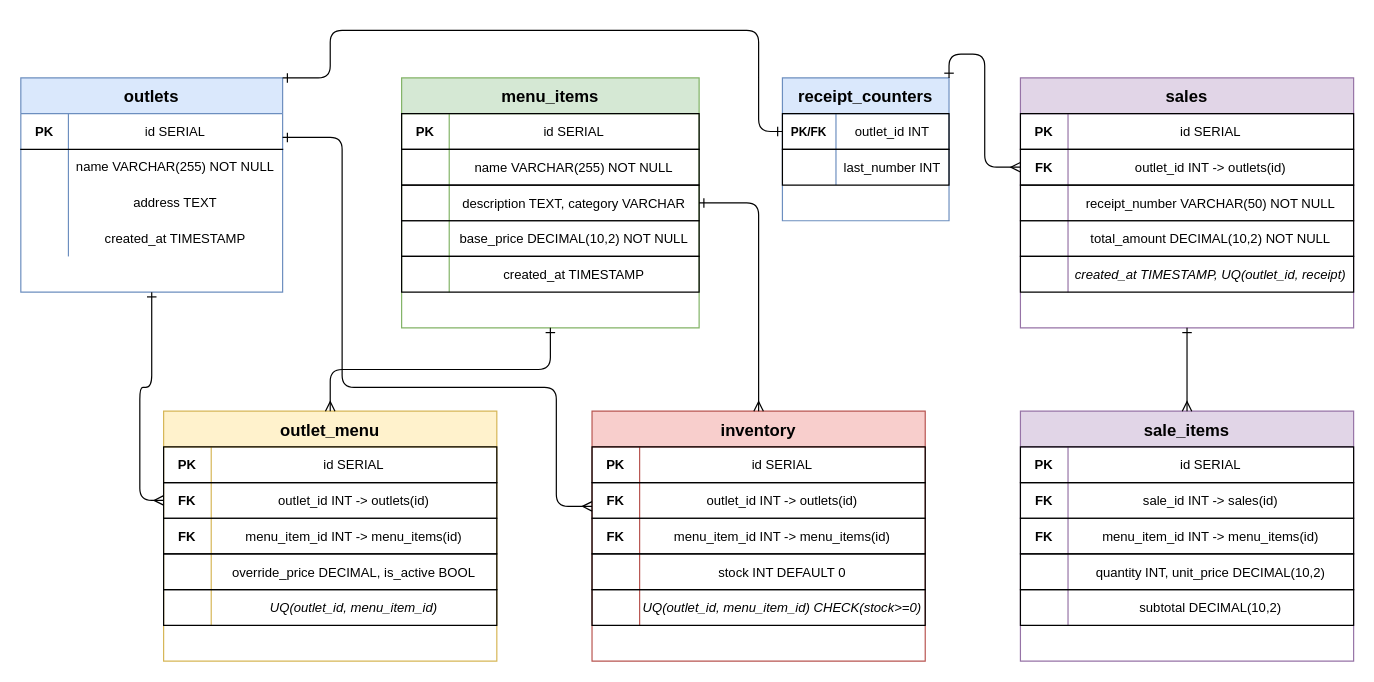
Before: docs/erd.drawio in sohelreza/pos-system, a draw.io diagram. Source tidied: cells renumbered, new cells numbered last; positions are measured from the earlier drawing's top-left corner, leaving out a move shared by most shapes. Both pictures are drawn from the tidied source at 119%, with x=0, y=0 at pixel (20, 30).
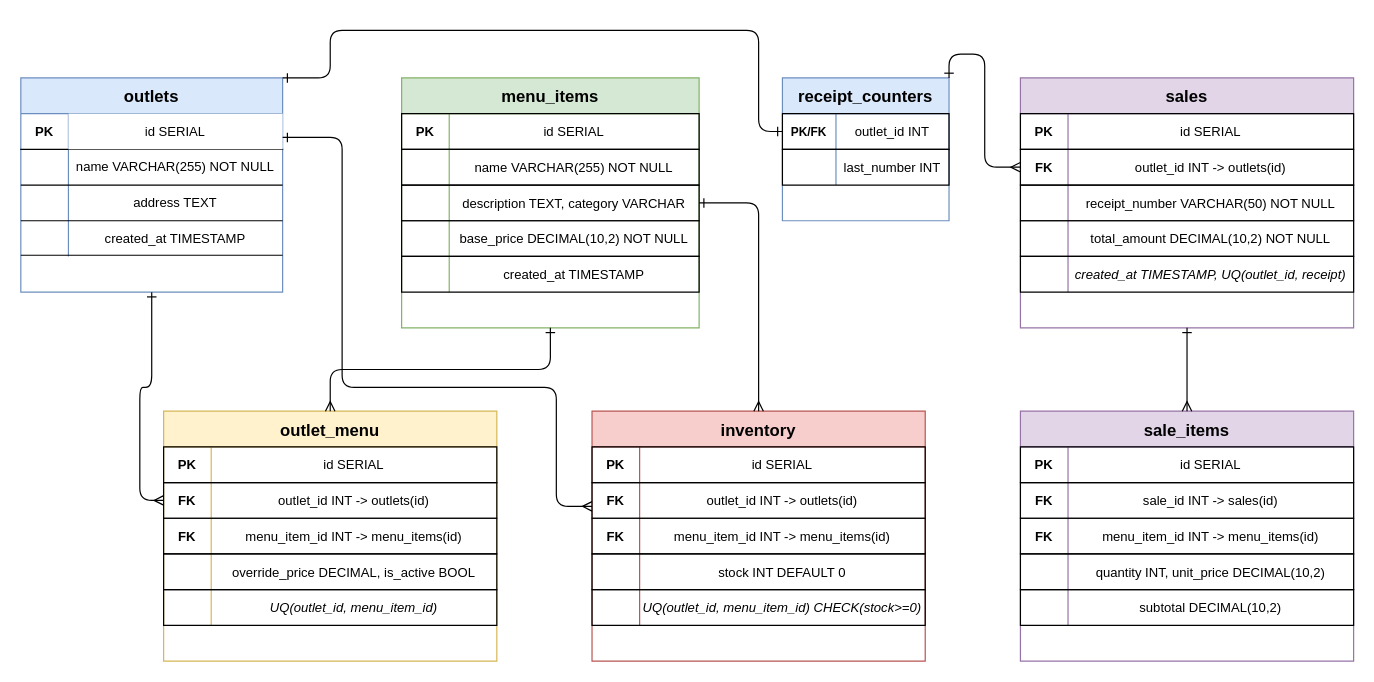
After the change.

Unchanged cells that the change refers to:
```xml
<mxCell id="2" value="outlets" style="shape=table;startSize=30;childLayout=tableLayout;rowLines=0;fontStyle=1;align=center;fontSize=14;fillColor=#dae8fc;strokeColor=#6c8ebf;" parent="1" vertex="1">
  <mxGeometry y="40" width="220" height="180" as="geometry" />
</mxCell>
<mxCell id="3" style="shape=tableRow;horizontal=0;startSize=0;swimlaneHead=0;swimlaneBody=0;fillColor=none;fontSize=12;top=0;left=0;right=0;bottom=1;" parent="2" vertex="1">
  <mxGeometry y="30" width="220" height="30" as="geometry" />
</mxCell>
```

Diff of the diagram source:
```diff
@@
-    <mxCell id="5" value="id SERIAL" style="shape=partialRectangle;fillColor=none;top=0;left=0;bottom=0;right=0;overflow=hidden;fontSize=11;whiteSpace=wrap;" parent="3" vertex="1">
+    <mxCell id="5" value="id SERIAL" style="shape=partialRectangle;fillColor=default;top=0;left=0;bottom=0;right=0;overflow=hidden;fontSize=11;whiteSpace=wrap;" parent="3" vertex="1">
       <mxGeometry x="40" width="180" height="30" as="geometry" />
     </mxCell>
@@
+    <mxCell id="109" style="endArrow=none;html=1;" parent="2" edge="1">
+      <mxGeometry relative="1" as="geometry">
+        <mxPoint y="90" as="sourcePoint" />
+        <mxPoint x="220" y="90" as="targetPoint" />
+      </mxGeometry>
+    </mxCell>
@@
+    <mxCell id="110" style="endArrow=none;html=1;" parent="1" edge="1">
+      <mxGeometry relative="1" as="geometry">
+        <mxPoint y="160" as="sourcePoint" />
+        <mxPoint x="220" y="160" as="targetPoint" />
+      </mxGeometry>
+    </mxCell>
+    <mxCell id="111" style="endArrow=none;html=1;" parent="1" edge="1">
+      <mxGeometry relative="1" as="geometry">
+        <mxPoint y="189" as="sourcePoint" />
+        <mxPoint x="220" y="189" as="targetPoint" />
+      </mxGeometry>
+    </mxCell>
```
